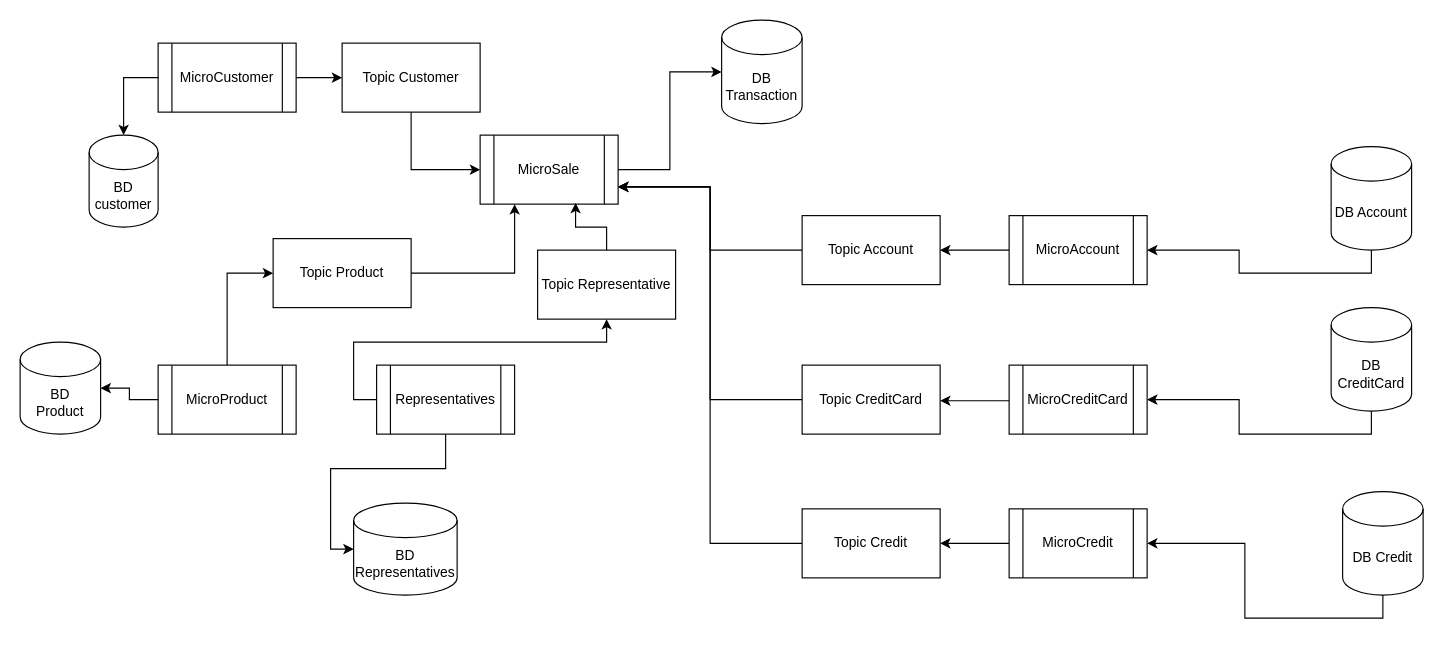
ajoelflores124/everbanco keeps this draw.io diagram as diagrama_microservices.drawio. Above is the earlier version. Source tidied: cells renumbered, new cells numbered last; positions are measured from the earlier drawing's top-left corner, leaving out a move shared by most shapes. Both pictures are drawn from the tidied source at 115%, with x=0, y=0 at pixel (20, 20).
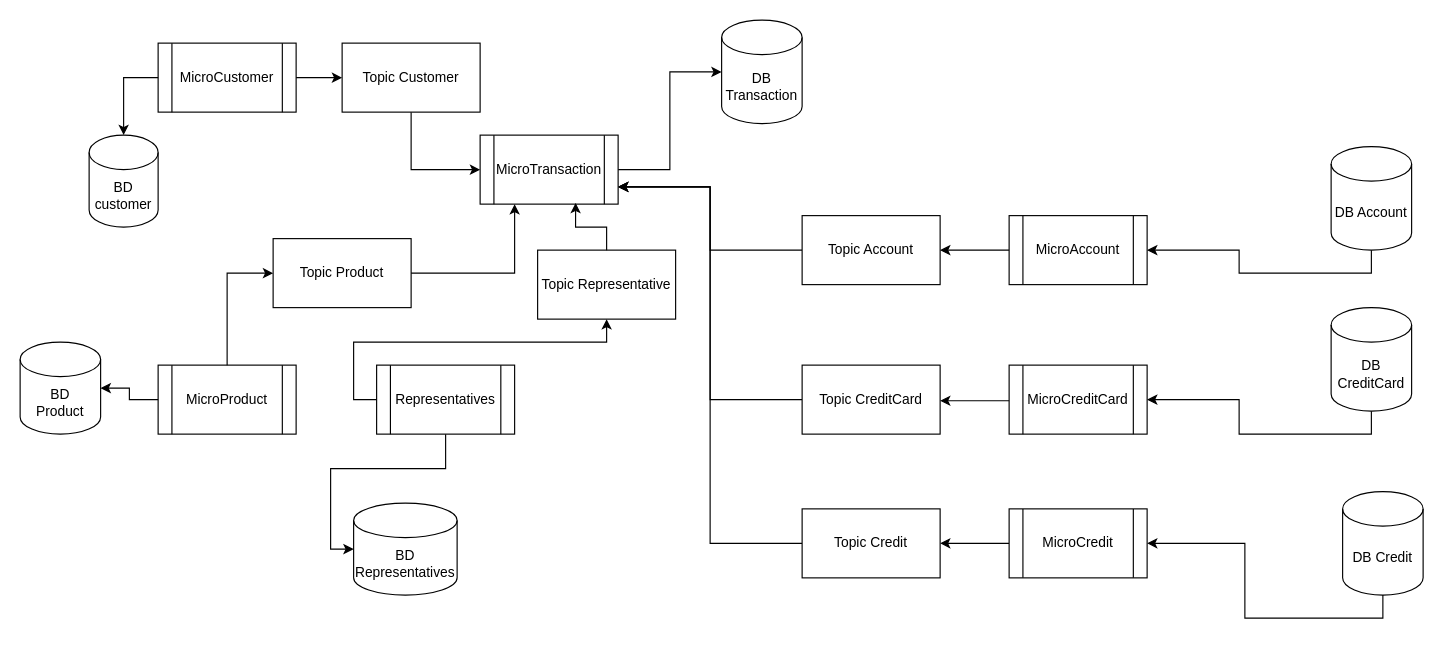
The same page after the edit.

Diff of the diagram source:
```diff
@@
-    <mxCell id="7" value="MicroSale" style="shape=process;whiteSpace=wrap;html=1;backgroundOutline=1;" parent="1" vertex="1">
+    <mxCell id="7" value="MicroTransaction" style="shape=process;whiteSpace=wrap;html=1;backgroundOutline=1;" parent="1" vertex="1">
       <mxGeometry x="400" y="100" width="120" height="60" as="geometry" />
     </mxCell>
```
